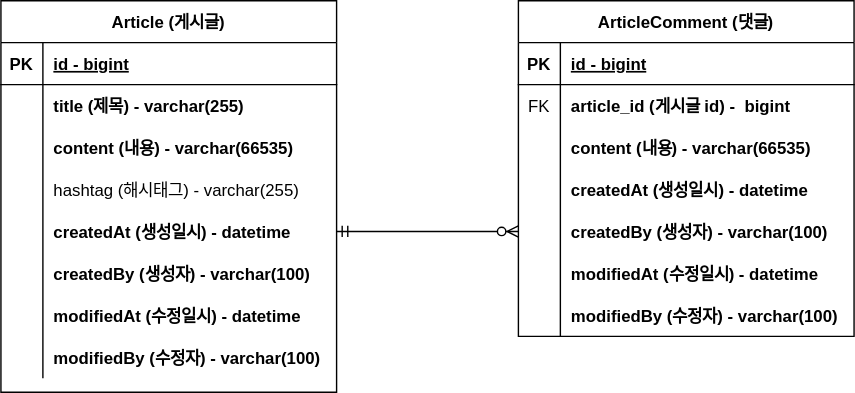
Before: document/project-board-erd.svg, a diagram exported from draw.io (legowww/study-project-board). Source tidied: cells renumbered, new cells last; positions are measured from the earlier drawing's top-left corner, leaving out a move shared by most shapes.
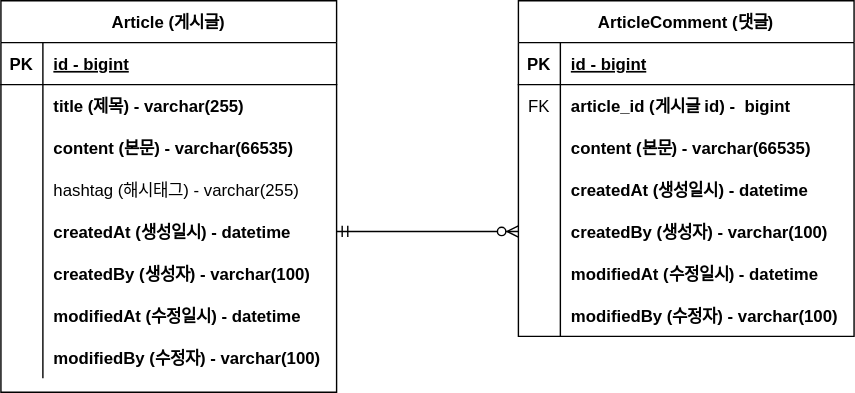
After the change.

Commit message:
#9 - erd 주석 업데이트

What changed in the source:
```diff
@@ -29,7 +29,7 @@
     <mxCell id="10" style="shape=partialRectangle;overflow=hidden;fillColor=none;top=0;left=0;bottom=0;right=0;" parent="9" vertex="1">
       <mxGeometry width="30" height="30" as="geometry" />
     </mxCell>
-    <mxCell id="11" value="content (내용) - varchar(66535)" style="shape=partialRectangle;overflow=hidden;fillColor=none;top=0;left=0;bottom=0;right=0;align=left;spacingLeft=6;fontStyle=1;" parent="9" vertex="1">
+    <mxCell id="11" value="content (본문) - varchar(66535)" style="shape=partialRectangle;overflow=hidden;fillColor=none;top=0;left=0;bottom=0;right=0;align=left;spacingLeft=6;fontStyle=1;" parent="9" vertex="1">
       <mxGeometry x="30" width="210" height="30" as="geometry" />
     </mxCell>
     <mxCell id="12" style="shape=partialRectangle;fillColor=none;top=0;left=0;right=0;bottom=0;" parent="2" vertex="1">
@@ -104,7 +104,7 @@
     <mxCell id="35" style="shape=partialRectangle;overflow=hidden;fillColor=none;top=0;left=0;bottom=0;right=0;" parent="34" vertex="1">
       <mxGeometry width="30" height="30" as="geometry" />
     </mxCell>
-    <mxCell id="36" value="content (내용) - varchar(66535)" style="shape=partialRectangle;overflow=hidden;fillColor=none;top=0;left=0;bottom=0;right=0;align=left;spacingLeft=6;fontStyle=1;" parent="34" vertex="1">
+    <mxCell id="36" value="content (본문) - varchar(66535)" style="shape=partialRectangle;overflow=hidden;fillColor=none;top=0;left=0;bottom=0;right=0;align=left;spacingLeft=6;fontStyle=1;" parent="34" vertex="1">
       <mxGeometry x="30" width="210" height="30" as="geometry" />
     </mxCell>
     <mxCell id="37" style="shape=partialRectangle;fillColor=none;top=0;left=0;right=0;bottom=0;" parent="27" vertex="1">
```
